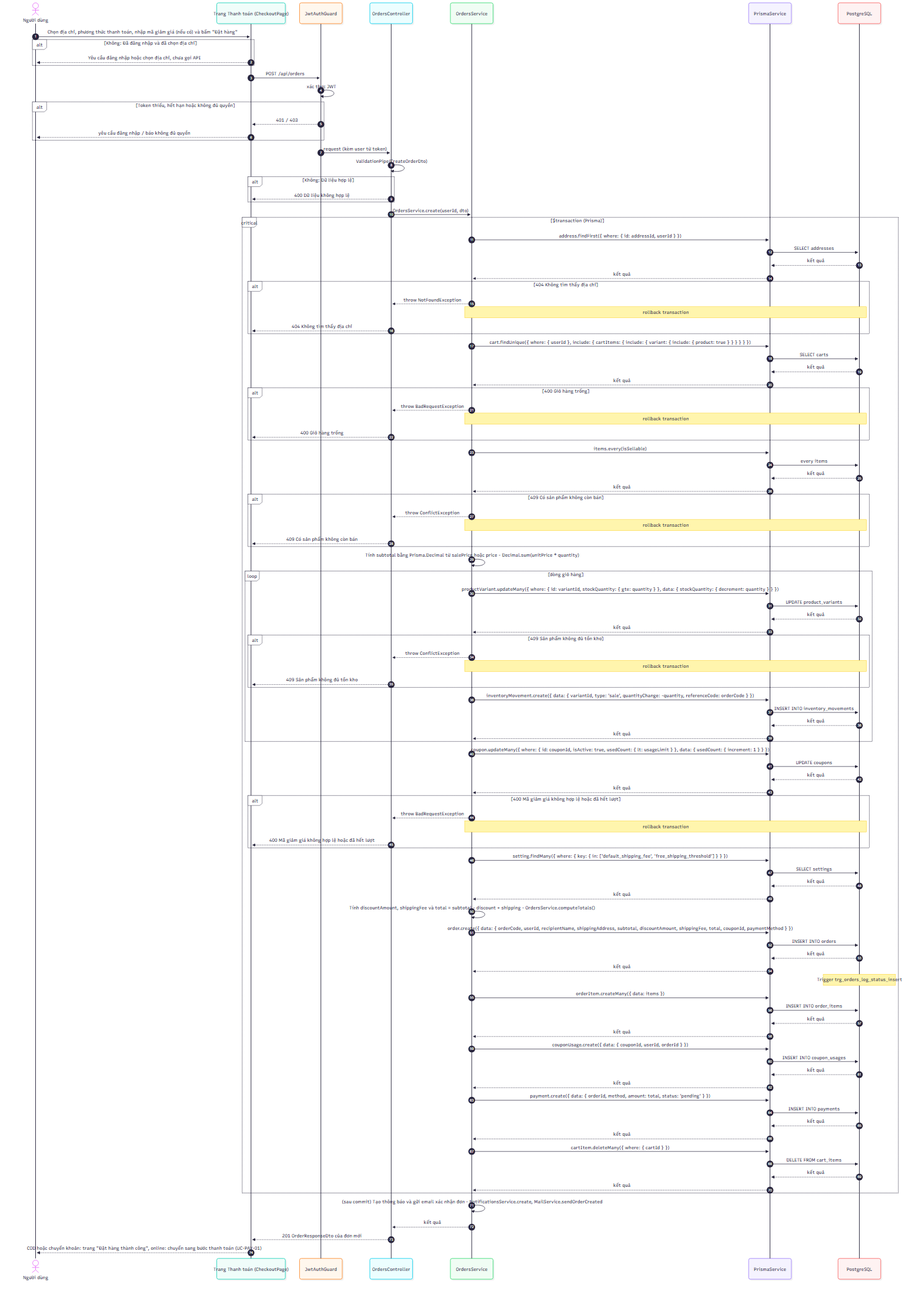
Before: docs/diagrams/png/sequence_UC-ORD-01_dat-hang.png, a diagram exported from Mermaid (2431540234-arch/XDUDTMDT). Its source is kept beside it as docs/diagrams/src/sequence_UC-ORD-01_dat-hang.mmd.
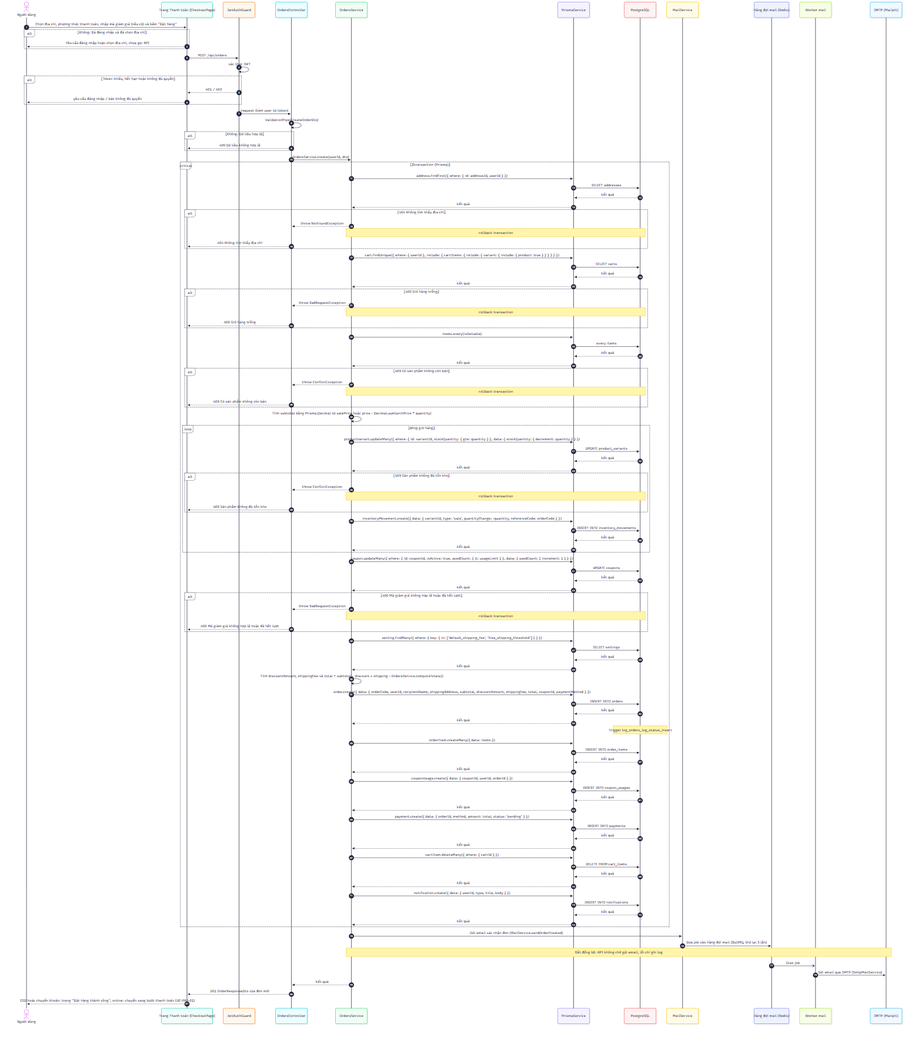
Later version of the same file.

Change to the diagram source:
```diff
@@ -7,6 +7,10 @@
     participant S as OrdersService
     participant P as PrismaService
     participant D as PostgreSQL
+    participant M as MailService
+    participant Q as Hàng đợi mail (Redis)
+    participant K as Worker mail
+    participant E as SMTP (Mailpit)
     A->>FE: Chọn địa chỉ, phương thức thanh toán, nhập mã giảm giá (nếu có) và bấm "Đặt hàng"
     alt Không: Đã đăng nhập và đã chọn địa chỉ
         FE-->>A: Yêu cầu đăng nhập hoặc chọn địa chỉ, chưa gọi API
@@ -102,8 +106,16 @@
         P->>D: DELETE FROM cart_items
         D-->>P: kết quả
         P-->>S: kết quả
+        S->>P: notification.create({ data: { userId, type, title, body } })
+        P->>D: INSERT INTO notifications
+        D-->>P: kết quả
+        P-->>S: kết quả
     end
-    S->>S: (sau commit) Tạo thông báo và gửi email xác nhận đơn - NotificationsService.create, MailService.sendOrderCreated
+    S->>M: Gửi email xác nhận đơn (MailService.sendOrderCreated)
+    M->>Q: Đưa job vào hàng đợi mail (BullMQ, thử lại 3 lần)
+    Note over S,E: Bất đồng bộ: API không chờ gửi email, lỗi chỉ ghi log
+    Q-)K: Giao job
+    K->>E: Gửi email qua SMTP (SmtpMailService)
     S-->>C: kết quả
     C-->>FE: 201 OrderResponseDto của đơn mới
     FE-->>A: COD hoặc chuyển khoản: trang "Đặt hàng thành công", online: chuyển sang bước thanh toán (UC-PAY-01)
```
